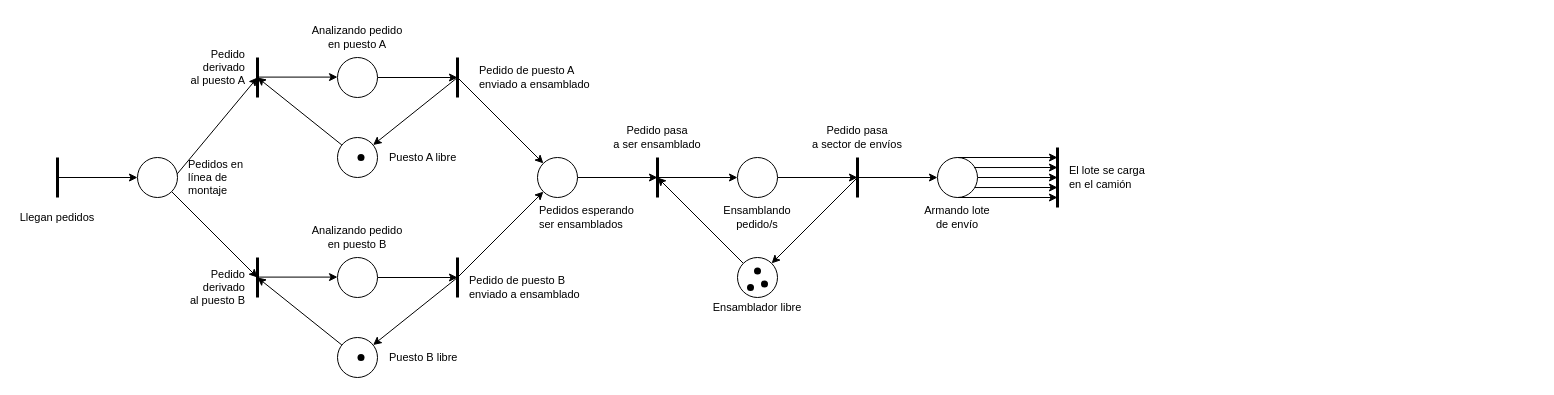
This is RP_9.drawio from mvalleym/ing_software1, a draw.io file, before an edit. Source tidied: cells renumbered, new cells numbered last; positions are measured from the earlier drawing's top-left corner, leaving out a move shared by most shapes. Both pictures are drawn from the tidied source at 100%, with x=0, y=0 at pixel (17, 17).
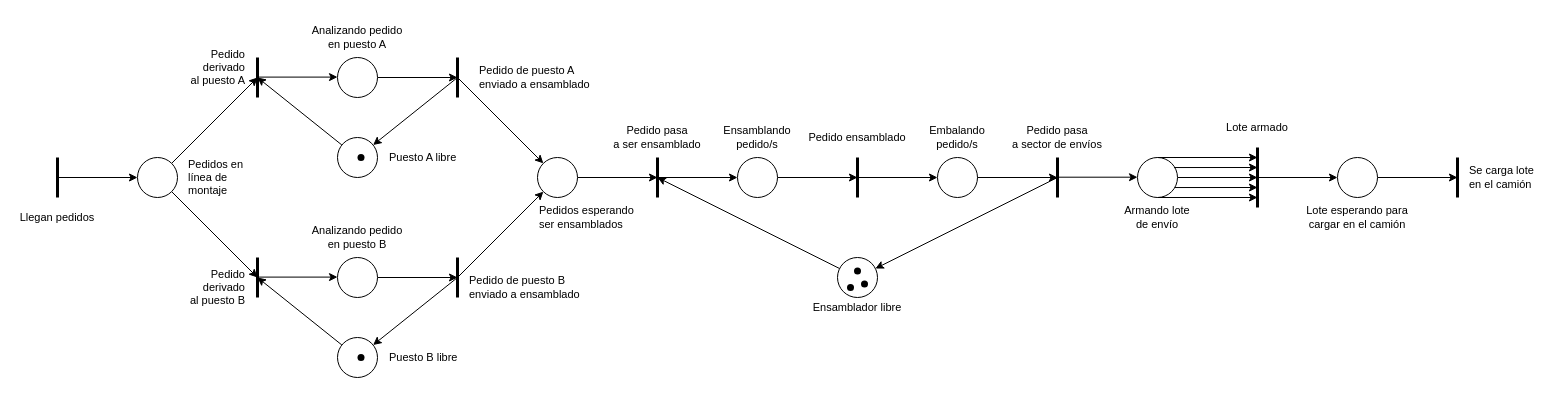
The same diagram, later.

The change refers to these unchanged cells:
```xml
<mxCell id="4" style="ellipse;whiteSpace=wrap;html=1;" parent="1" vertex="1">
  <mxGeometry x="120" y="140" width="40" height="40" as="geometry" />
</mxCell>
```

What changed in the source:
```diff
@@
-    <mxCell id="2" style="rounded=0;orthogonalLoop=1;jettySize=auto;html=1;strokeWidth=1;" parent="1" edge="1">
+    <mxCell id="2" style="rounded=0;jettySize=auto;html=1;strokeWidth=1;" parent="1" edge="1" source="4">
       <mxGeometry relative="1" as="geometry">
-        <mxPoint x="152.8" y="164.7" as="sourcePoint" />
         <mxPoint x="240" y="60" as="targetPoint" />
       </mxGeometry>
     </mxCell>
@@
     <mxCell id="24" style="ellipse;whiteSpace=wrap;html=1;" parent="1" vertex="1">
-      <mxGeometry x="720" y="240" width="40" height="40" as="geometry" />
+      <mxGeometry x="820" y="240" width="40" height="40" as="geometry" />
     </mxCell>
@@
     <mxCell id="26" style="edgeStyle=none;rounded=0;jettySize=auto;html=1;strokeWidth=1;" parent="1" edge="1" source="27">
       <mxGeometry relative="1" as="geometry">
-        <mxPoint x="1040" y="160" as="targetPoint" />
+        <mxPoint x="1240" y="160" as="targetPoint" />
       </mxGeometry>
     </mxCell>
     <mxCell id="27" style="ellipse;whiteSpace=wrap;html=1;" parent="1" vertex="1">
-      <mxGeometry x="920" y="140" width="40" height="40" as="geometry" />
+      <mxGeometry x="1120" y="140" width="40" height="40" as="geometry" />
     </mxCell>
     <mxCell id="28" style="endArrow=none;html=1;strokeWidth=3;" parent="1" edge="1">
       <mxGeometry relative="1" as="geometry">
-        <mxPoint x="1040" y="190" as="sourcePoint" />
-        <mxPoint x="1040" y="130" as="targetPoint" />
+        <mxPoint x="1240" y="190" as="sourcePoint" />
+        <mxPoint x="1240" y="130" as="targetPoint" />
       </mxGeometry>
     </mxCell>
@@
     <mxCell id="37" style="edgeStyle=none;rounded=0;jettySize=auto;html=1;strokeWidth=1;" parent="1" edge="1" target="24">
       <mxGeometry relative="1" as="geometry">
-        <mxPoint x="840" y="160" as="sourcePoint" />
+        <mxPoint x="1040" y="160" as="sourcePoint" />
       </mxGeometry>
     </mxCell>
@@
     <mxCell id="39" style="edgeStyle=none;rounded=0;jettySize=auto;html=1;strokeWidth=1;exitX=0.915;exitY=0.251;exitDx=0;exitDy=0;exitPerimeter=0;" parent="1" edge="1" source="27">
       <mxGeometry relative="1" as="geometry">
-        <mxPoint x="1040" y="150" as="targetPoint" />
+        <mxPoint x="1240" y="150" as="targetPoint" />
       </mxGeometry>
     </mxCell>
     <mxCell id="40" style="edgeStyle=none;rounded=0;jettySize=auto;html=1;strokeWidth=1;exitX=0.5;exitY=0;exitDx=0;exitDy=0;" parent="1" edge="1" source="27">
       <mxGeometry relative="1" as="geometry">
-        <mxPoint x="1040" y="140" as="targetPoint" />
+        <mxPoint x="1240" y="140" as="targetPoint" />
       </mxGeometry>
     </mxCell>
     <mxCell id="41" style="edgeStyle=none;rounded=0;jettySize=auto;html=1;strokeWidth=1;exitX=0.933;exitY=0.751;exitDx=0;exitDy=0;exitPerimeter=0;" parent="1" edge="1" source="27">
       <mxGeometry relative="1" as="geometry">
-        <mxPoint x="1040" y="170" as="targetPoint" />
+        <mxPoint x="1240" y="170" as="targetPoint" />
       </mxGeometry>
     </mxCell>
     <mxCell id="42" style="edgeStyle=none;rounded=0;jettySize=auto;html=1;strokeWidth=1;exitX=0.5;exitY=1;exitDx=0;exitDy=0;" parent="1" edge="1" source="27">
       <mxGeometry relative="1" as="geometry">
-        <mxPoint x="1040" y="180" as="targetPoint" />
+        <mxPoint x="1240" y="180" as="targetPoint" />
       </mxGeometry>
     </mxCell>
@@
     <mxCell id="54" value="Ensamblador libre" style="text;html=1;strokeColor=none;fillColor=none;align=center;verticalAlign=middle;whiteSpace=wrap;rounded=0;fontSize=11;" parent="1" vertex="1">
-      <mxGeometry x="680" y="270" width="120" height="40" as="geometry" />
+      <mxGeometry x="780" y="270" width="120" height="40" as="geometry" />
     </mxCell>
     <mxCell id="55" value="&lt;div&gt;Ensamblando&lt;/div&gt;&lt;div&gt;pedido/s&lt;br&gt;&lt;/div&gt;" style="text;html=1;strokeColor=none;fillColor=none;align=center;verticalAlign=middle;whiteSpace=wrap;rounded=0;fontSize=11;" parent="1" vertex="1">
-      <mxGeometry x="680" y="180" width="120" height="40" as="geometry" />
+      <mxGeometry x="680" y="100" width="120" height="40" as="geometry" />
     </mxCell>
     <mxCell id="56" value="&lt;div&gt;Pedido pasa&lt;/div&gt;&lt;div&gt;a sector de envíos&lt;br&gt;&lt;/div&gt;" style="text;html=1;strokeColor=none;fillColor=none;align=center;verticalAlign=middle;whiteSpace=wrap;rounded=0;fontSize=11;" parent="1" vertex="1">
-      <mxGeometry x="780" y="100" width="120" height="40" as="geometry" />
+      <mxGeometry x="980" y="100" width="120" height="40" as="geometry" />
     </mxCell>
     <mxCell id="57" value="&lt;div&gt;Armando lote&lt;/div&gt;&lt;div&gt;de envío&lt;br&gt;&lt;/div&gt;" style="text;html=1;strokeColor=none;fillColor=none;align=center;verticalAlign=middle;whiteSpace=wrap;rounded=0;fontSize=11;" parent="1" vertex="1">
-      <mxGeometry x="880" y="180" width="120" height="40" as="geometry" />
+      <mxGeometry x="1080" y="180" width="120" height="40" as="geometry" />
     </mxCell>
-    <mxCell id="58" value="&lt;div&gt;El lote se carga&lt;/div&gt;&lt;div&gt;en el camión&lt;br&gt;&lt;/div&gt;" style="text;html=1;strokeColor=none;fillColor=none;align=left;verticalAlign=middle;whiteSpace=wrap;rounded=0;fontSize=11;" parent="1" vertex="1">
-      <mxGeometry x="1050" y="140" width="120" height="40" as="geometry" />
+    <mxCell id="58" value="Lote armado" style="text;html=1;strokeColor=none;fillColor=none;align=center;verticalAlign=middle;whiteSpace=wrap;rounded=0;fontSize=11;" parent="1" vertex="1">
+      <mxGeometry x="1200" y="90" width="80" height="40" as="geometry" />
     </mxCell>
@@
     <mxCell id="60" style="ellipse;whiteSpace=wrap;html=1;fillColor=#000000;strokeColor=none;" parent="1" vertex="1">
-      <mxGeometry x="736.5" y="250" width="7" height="7" as="geometry" />
+      <mxGeometry x="836.5" y="250" width="7" height="7" as="geometry" />
     </mxCell>
     <mxCell id="61" style="ellipse;whiteSpace=wrap;html=1;fillColor=#000000;strokeColor=none;" parent="1" vertex="1">
-      <mxGeometry x="729.5" y="266.5" width="7" height="7" as="geometry" />
+      <mxGeometry x="829.5" y="266.5" width="7" height="7" as="geometry" />
     </mxCell>
     <mxCell id="62" style="ellipse;whiteSpace=wrap;html=1;fillColor=#000000;strokeColor=none;" parent="1" vertex="1">
-      <mxGeometry x="743.5" y="263" width="7" height="7" as="geometry" />
+      <mxGeometry x="843.5" y="263" width="7" height="7" as="geometry" />
     </mxCell>
@@
+    <mxCell id="65" style="edgeStyle=none;rounded=0;orthogonalLoop=1;jettySize=auto;html=1;strokeWidth=1;" parent="1" edge="1">
+      <mxGeometry relative="1" as="geometry">
+        <mxPoint x="1240" y="160" as="sourcePoint" />
+        <mxPoint x="1320" y="160" as="targetPoint" />
+      </mxGeometry>
+    </mxCell>
+    <mxCell id="66" value="&lt;div&gt;Se carga lote&lt;/div&gt;&lt;div&gt;en el camión&lt;/div&gt;" style="text;html=1;strokeColor=none;fillColor=none;align=left;verticalAlign=middle;whiteSpace=wrap;rounded=0;fontSize=11;" parent="1" vertex="1">
+      <mxGeometry x="1450" y="140" width="70" height="40" as="geometry" />
+    </mxCell>
+    <mxCell id="67" style="edgeStyle=none;rounded=0;jettySize=auto;html=1;strokeWidth=1;" parent="1" edge="1" source="68">
+      <mxGeometry relative="1" as="geometry">
+        <mxPoint x="1440" y="160" as="targetPoint" />
+      </mxGeometry>
+    </mxCell>
+    <mxCell id="68" style="ellipse;whiteSpace=wrap;html=1;" parent="1" vertex="1">
+      <mxGeometry x="1320" y="140" width="40" height="40" as="geometry" />
+    </mxCell>
+    <mxCell id="69" style="endArrow=none;html=1;strokeWidth=3;" parent="1" edge="1">
+      <mxGeometry relative="1" as="geometry">
+        <mxPoint x="1440" y="180" as="sourcePoint" />
+        <mxPoint x="1440" y="140" as="targetPoint" />
+      </mxGeometry>
+    </mxCell>
+    <mxCell id="70" value="&lt;div&gt;Lote esperando para&lt;/div&gt;&lt;div&gt;cargar en el camión&lt;br&gt;&lt;/div&gt;" style="text;html=1;strokeColor=none;fillColor=none;align=center;verticalAlign=middle;whiteSpace=wrap;rounded=0;fontSize=11;" parent="1" vertex="1">
+      <mxGeometry x="1280" y="180" width="120" height="40" as="geometry" />
+    </mxCell>
+    <mxCell id="71" style="ellipse;whiteSpace=wrap;html=1;" parent="1" vertex="1">
+      <mxGeometry x="920" y="140" width="40" height="40" as="geometry" />
+    </mxCell>
+    <mxCell id="72" style="endArrow=none;html=1;strokeWidth=3;" parent="1" edge="1">
+      <mxGeometry relative="1" as="geometry">
+        <mxPoint x="1040" y="180" as="sourcePoint" />
+        <mxPoint x="1040" y="140" as="targetPoint" />
+      </mxGeometry>
+    </mxCell>
+    <mxCell id="73" style="edgeStyle=none;rounded=0;orthogonalLoop=1;jettySize=auto;html=1;strokeWidth=1;" parent="1" edge="1">
+      <mxGeometry relative="1" as="geometry">
+        <mxPoint x="960" y="160" as="sourcePoint" />
+        <mxPoint x="1040" y="160" as="targetPoint" />
+      </mxGeometry>
+    </mxCell>
+    <mxCell id="74" style="edgeStyle=none;rounded=0;orthogonalLoop=1;jettySize=auto;html=1;strokeWidth=1;" parent="1" edge="1">
+      <mxGeometry relative="1" as="geometry">
+        <mxPoint x="1040" y="159.7" as="sourcePoint" />
+        <mxPoint x="1120" y="159.7" as="targetPoint" />
+      </mxGeometry>
+    </mxCell>
+    <mxCell id="75" value="&lt;div&gt;Embalando&lt;/div&gt;&lt;div&gt;pedido/s&lt;br&gt;&lt;/div&gt;" style="text;html=1;strokeColor=none;fillColor=none;align=center;verticalAlign=middle;whiteSpace=wrap;rounded=0;fontSize=11;" parent="1" vertex="1">
+      <mxGeometry x="880" y="100" width="120" height="40" as="geometry" />
+    </mxCell>
+    <mxCell id="76" value="&lt;div&gt;Pedido ensamblado&lt;br&gt;&lt;/div&gt;" style="text;html=1;strokeColor=none;fillColor=none;align=center;verticalAlign=middle;whiteSpace=wrap;rounded=0;fontSize=11;" parent="1" vertex="1">
+      <mxGeometry x="780" y="100" width="120" height="40" as="geometry" />
+    </mxCell>
```
